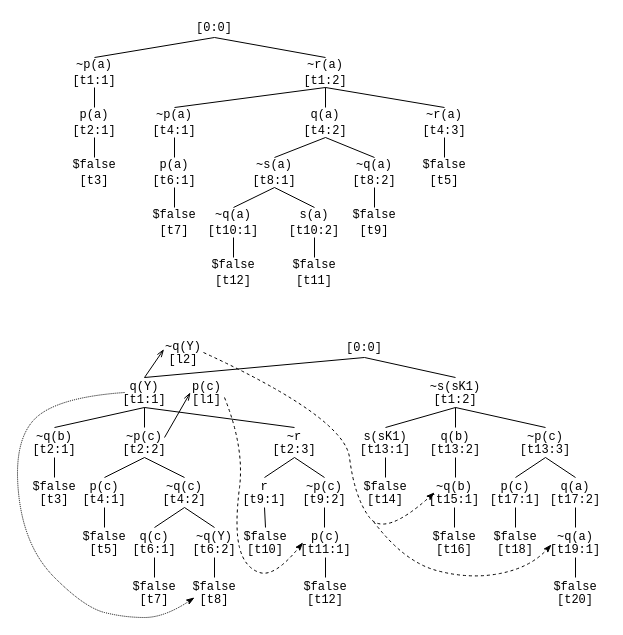
Above: Tableau.drawio in GeoffsPapers/TPTPTableauFormat (draw.io), before the change. Source tidied: cells renumbered, new cells numbered last; positions are measured from the earlier drawing's top-left corner, leaving out a move shared by most shapes. Both pictures are drawn from the tidied source at 100%, with x=0, y=0 at pixel (12, 17).
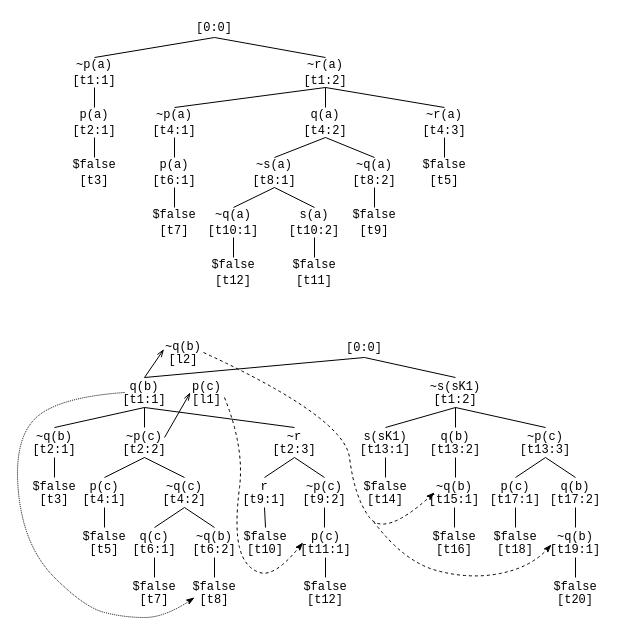
Above is the later version.

Diff of the diagram source:
```diff
@@
-    <mxCell id="40" value="&lt;div style=&quot;line-height: 100%;&quot;&gt;&lt;font face=&quot;Courier New&quot;&gt;q(Y)&lt;/font&gt;&lt;div&gt;&lt;div&gt;&lt;span style=&quot;font-family: &amp;quot;Courier New&amp;quot;; background-color: transparent; color: light-dark(rgb(0, 0, 0), rgb(255, 255, 255));&quot;&gt;[t1:1]&lt;/span&gt;&lt;/div&gt;&lt;/div&gt;&lt;/div&gt;" style="text;strokeColor=none;align=center;fillColor=none;html=1;verticalAlign=middle;whiteSpace=wrap;rounded=0;" parent="1" vertex="1">
+    <mxCell id="40" value="&lt;div style=&quot;line-height: 100%;&quot;&gt;&lt;font face=&quot;Courier New&quot;&gt;q(b)&lt;/font&gt;&lt;div&gt;&lt;div&gt;&lt;span style=&quot;font-family: &amp;quot;Courier New&amp;quot;; background-color: transparent; color: light-dark(rgb(0, 0, 0), rgb(255, 255, 255));&quot;&gt;[t1:1]&lt;/span&gt;&lt;/div&gt;&lt;/div&gt;&lt;/div&gt;" style="text;strokeColor=none;align=center;fillColor=none;html=1;verticalAlign=middle;whiteSpace=wrap;rounded=0;" parent="1" vertex="1">
       <mxGeometry x="102" y="360" width="60" height="30" as="geometry" />
     </mxCell>
@@
-    <mxCell id="71" value="&lt;div style=&quot;line-height: 100%;&quot;&gt;&lt;span style=&quot;background-color: transparent; color: light-dark(rgb(0, 0, 0), rgb(255, 255, 255)); font-family: &amp;quot;Courier New&amp;quot;;&quot;&gt;~q(Y)&lt;/span&gt;&lt;/div&gt;&lt;div style=&quot;line-height: 100%;&quot;&gt;&lt;span style=&quot;font-family: &amp;quot;Courier New&amp;quot;; background-color: transparent; color: light-dark(rgb(0, 0, 0), rgb(255, 255, 255));&quot;&gt;[l2]&lt;/span&gt;&lt;/div&gt;" style="text;strokeColor=none;align=center;fillColor=none;html=1;verticalAlign=middle;whiteSpace=wrap;rounded=0;spacing=2;" parent="1" vertex="1">
+    <mxCell id="71" value="&lt;div style=&quot;line-height: 100%;&quot;&gt;&lt;span style=&quot;background-color: transparent; color: light-dark(rgb(0, 0, 0), rgb(255, 255, 255)); font-family: &amp;quot;Courier New&amp;quot;;&quot;&gt;~q(b)&lt;/span&gt;&lt;/div&gt;&lt;div style=&quot;line-height: 100%;&quot;&gt;&lt;span style=&quot;font-family: &amp;quot;Courier New&amp;quot;; background-color: transparent; color: light-dark(rgb(0, 0, 0), rgb(255, 255, 255));&quot;&gt;[l2]&lt;/span&gt;&lt;/div&gt;" style="text;strokeColor=none;align=center;fillColor=none;html=1;verticalAlign=middle;whiteSpace=wrap;rounded=0;spacing=2;" parent="1" vertex="1">
       <mxGeometry x="151" y="320" width="40" height="30" as="geometry" />
     </mxCell>
@@
-    <mxCell id="83" value="&lt;div style=&quot;line-height: 100%;&quot;&gt;&lt;font face=&quot;Courier New&quot;&gt;q(a)&lt;/font&gt;&lt;div&gt;&lt;div&gt;&lt;span style=&quot;font-family: &amp;quot;Courier New&amp;quot;; background-color: transparent; color: light-dark(rgb(0, 0, 0), rgb(255, 255, 255));&quot;&gt;[t17:2]&lt;/span&gt;&lt;/div&gt;&lt;/div&gt;&lt;/div&gt;" style="text;strokeColor=none;align=center;fillColor=none;html=1;verticalAlign=middle;whiteSpace=wrap;rounded=0;" parent="1" vertex="1">
+    <mxCell id="83" value="&lt;div style=&quot;line-height: 100%;&quot;&gt;&lt;font face=&quot;Courier New&quot;&gt;q(b)&lt;/font&gt;&lt;div&gt;&lt;div&gt;&lt;span style=&quot;font-family: &amp;quot;Courier New&amp;quot;; background-color: transparent; color: light-dark(rgb(0, 0, 0), rgb(255, 255, 255));&quot;&gt;[t17:2]&lt;/span&gt;&lt;/div&gt;&lt;/div&gt;&lt;/div&gt;" style="text;strokeColor=none;align=center;fillColor=none;html=1;verticalAlign=middle;whiteSpace=wrap;rounded=0;" parent="1" vertex="1">
       <mxGeometry x="533" y="460" width="60" height="30" as="geometry" />
     </mxCell>
@@
-    <mxCell id="93" value="&lt;div style=&quot;line-height: 100%;&quot;&gt;&lt;font face=&quot;Courier New&quot;&gt;~q(Y)&lt;/font&gt;&lt;br&gt;&lt;div&gt;&lt;span style=&quot;font-family: &amp;quot;Courier New&amp;quot;; background-color: transparent; color: light-dark(rgb(0, 0, 0), rgb(255, 255, 255));&quot;&gt;[t6&lt;/span&gt;&lt;span style=&quot;background-color: transparent; color: light-dark(rgb(0, 0, 0), rgb(255, 255, 255)); font-family: &amp;quot;Courier New&amp;quot;;&quot;&gt;:2]&lt;/span&gt;&lt;/div&gt;&lt;/div&gt;" style="text;strokeColor=none;align=center;fillColor=none;html=1;verticalAlign=middle;whiteSpace=wrap;rounded=0;" parent="1" vertex="1">
+    <mxCell id="93" value="&lt;div style=&quot;line-height: 100%;&quot;&gt;&lt;font face=&quot;Courier New&quot;&gt;~q(b)&lt;/font&gt;&lt;br&gt;&lt;div&gt;&lt;span style=&quot;font-family: &amp;quot;Courier New&amp;quot;; background-color: transparent; color: light-dark(rgb(0, 0, 0), rgb(255, 255, 255));&quot;&gt;[t6&lt;/span&gt;&lt;span style=&quot;background-color: transparent; color: light-dark(rgb(0, 0, 0), rgb(255, 255, 255)); font-family: &amp;quot;Courier New&amp;quot;;&quot;&gt;:2]&lt;/span&gt;&lt;/div&gt;&lt;/div&gt;" style="text;strokeColor=none;align=center;fillColor=none;html=1;verticalAlign=middle;whiteSpace=wrap;rounded=0;" parent="1" vertex="1">
       <mxGeometry x="172" y="510" width="60" height="30" as="geometry" />
     </mxCell>
@@
-    <mxCell id="99" value="&lt;div style=&quot;line-height: 100%;&quot;&gt;&lt;span style=&quot;background-color: transparent; color: light-dark(rgb(0, 0, 0), rgb(255, 255, 255)); font-family: &amp;quot;Courier New&amp;quot;;&quot;&gt;~q(a)&lt;/span&gt;&lt;/div&gt;&lt;div style=&quot;line-height: 100%;&quot;&gt;&lt;span style=&quot;font-family: &amp;quot;Courier New&amp;quot;; background-color: transparent; color: light-dark(rgb(0, 0, 0), rgb(255, 255, 255));&quot;&gt;[t19:1]&lt;/span&gt;&lt;/div&gt;" style="text;strokeColor=none;align=center;fillColor=none;html=1;verticalAlign=middle;whiteSpace=wrap;rounded=0;spacing=2;" parent="1" vertex="1">
+    <mxCell id="99" value="&lt;div style=&quot;line-height: 100%;&quot;&gt;&lt;span style=&quot;background-color: transparent; color: light-dark(rgb(0, 0, 0), rgb(255, 255, 255)); font-family: &amp;quot;Courier New&amp;quot;;&quot;&gt;~q(b)&lt;/span&gt;&lt;/div&gt;&lt;div style=&quot;line-height: 100%;&quot;&gt;&lt;span style=&quot;font-family: &amp;quot;Courier New&amp;quot;; background-color: transparent; color: light-dark(rgb(0, 0, 0), rgb(255, 255, 255));&quot;&gt;[t19:1]&lt;/span&gt;&lt;/div&gt;" style="text;strokeColor=none;align=center;fillColor=none;html=1;verticalAlign=middle;whiteSpace=wrap;rounded=0;spacing=2;" parent="1" vertex="1">
       <mxGeometry x="543" y="510" width="40" height="30" as="geometry" />
     </mxCell>
```
